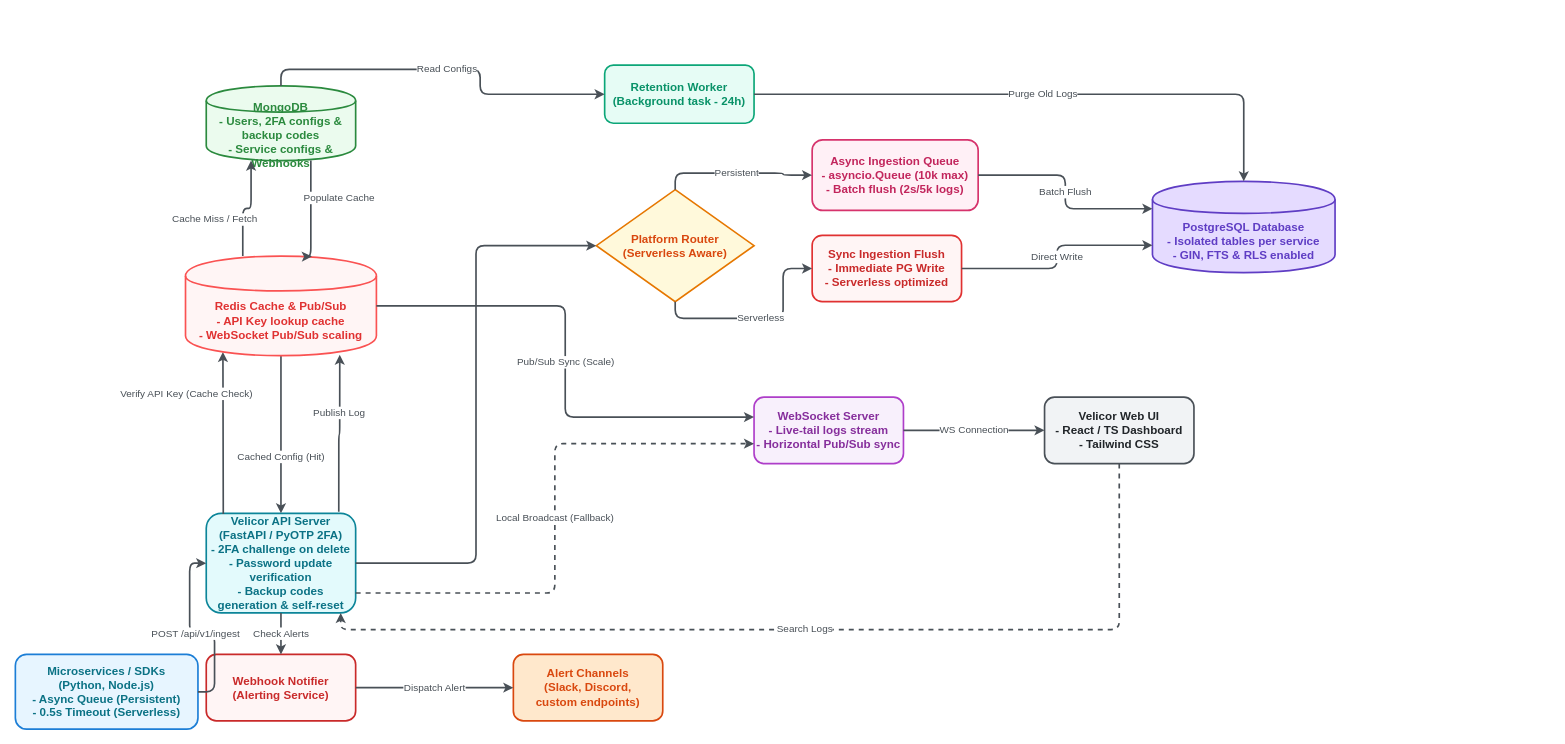
Earlier version of the draw.io diagram velicor.drawio (siddharthjain25/velicor). Source tidied: cells renumbered, new cells numbered last; positions are measured from the earlier drawing's top-left corner, leaving out a move shared by most shapes. Both pictures are drawn from the tidied source at 83%, with x=0, y=0 at pixel (15, 65).
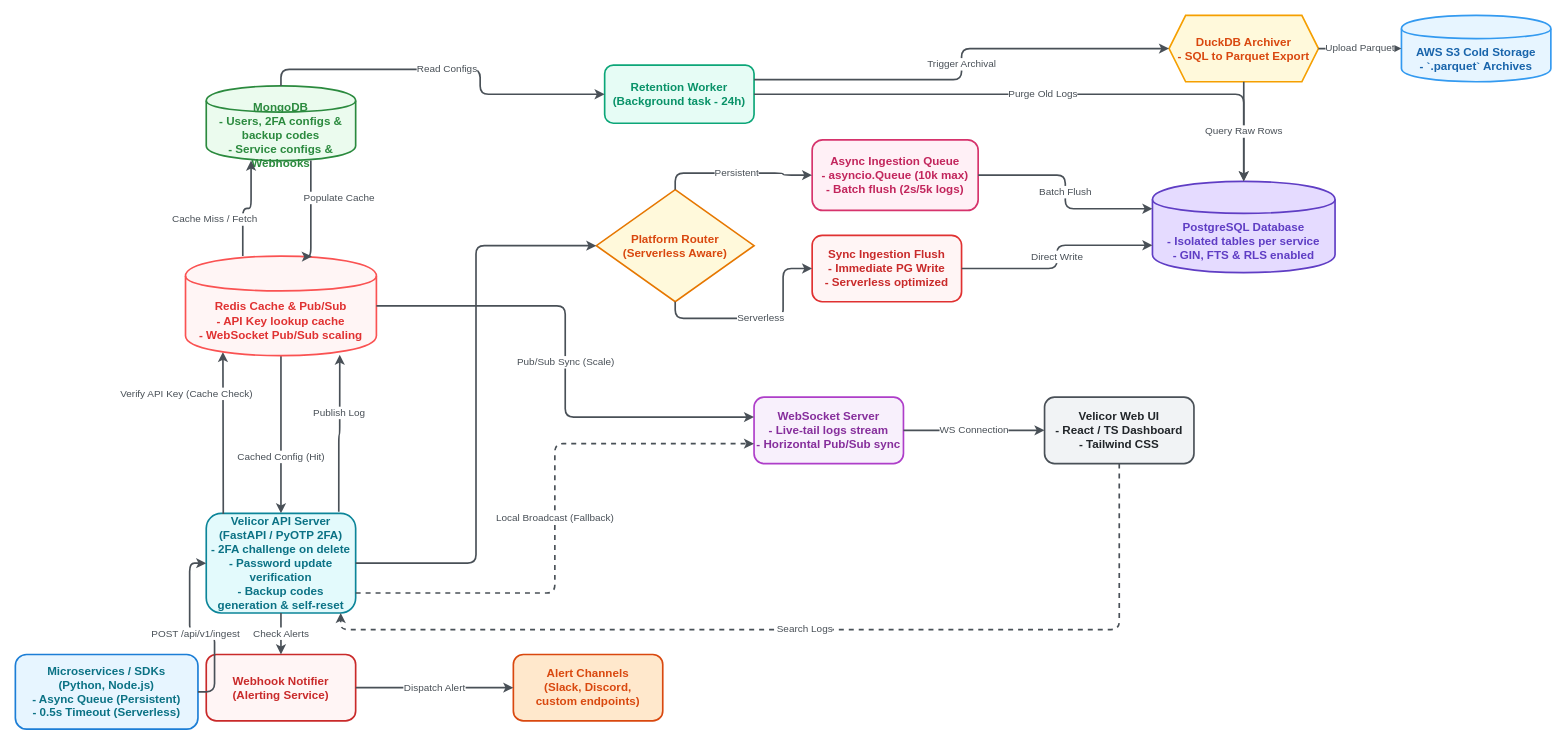
After the change.

Commit message (it also covers changes not shown here):
docs: update architecture diagrams and readme with duckdb and s3 capabilities

Unchanged cells that the change refers to:
```xml
<mxCell id="8" value="PostgreSQL Database&lt;br/&gt;- Isolated tables per service&lt;br/&gt;- GIN, FTS &amp;amp; RLS enabled" style="shape=cylinder;whiteSpace=wrap;html=1;boundedLbl=1;backgroundOutline=1;strokeWidth=2;fontSize=14;fontStyle=1;fillColor=#e5dbff;strokeColor=#5f3dc4;fontColor=#5f3dc4;" parent="1" vertex="1">
  <mxGeometry x="1370" y="140" width="220" height="110" as="geometry" />
</mxCell>
<mxCell id="27" value="Retention Worker&lt;br/&gt;(Background task - 24h)" style="rounded=1;whiteSpace=wrap;html=1;strokeWidth=2;fontSize=14;fontStyle=1;fillColor=#e6fcf5;strokeColor=#0ca678;fontColor=#099268;" parent="1" vertex="1">
  <mxGeometry x="710" width="180" height="70" as="geometry" />
</mxCell>
```

Change to the diagram source:
```diff
@@
+    <mxCell id="34" value="DuckDB Archiver&lt;br/&gt;- SQL to Parquet Export" style="shape=hexagon;perimeter=hexagonPerimeter2;whiteSpace=wrap;html=1;fixedSize=1;strokeWidth=2;fontSize=14;fontStyle=1;fillColor=#fff9db;strokeColor=#f59f00;fontColor=#d9480f;" parent="1" vertex="1">
+      <mxGeometry x="1390" y="-60" width="180" height="80" as="geometry" />
+    </mxCell>
+    <mxCell id="35" value="AWS S3 Cold Storage&lt;br/&gt;- `.parquet` Archives" style="shape=cylinder;whiteSpace=wrap;html=1;boundedLbl=1;backgroundOutline=1;strokeWidth=2;fontSize=14;fontStyle=1;fillColor=#e7f5ff;strokeColor=#339af0;fontColor=#1864ab;" parent="1" vertex="1">
+      <mxGeometry x="1670" y="-60" width="180" height="80" as="geometry" />
+    </mxCell>
+    <mxCell id="36" value="Trigger Archival" style="edgeStyle=orthogonalEdgeStyle;rounded=1;jettySize=auto;html=1;strokeWidth=2;strokeColor=#495057;fontSize=12;fontColor=#495057;exitX=1;exitY=0.25;entryX=0;entryY=0.5;" parent="1" edge="1" source="27" target="34">
+      <mxGeometry relative="1" as="geometry" />
+    </mxCell>
+    <mxCell id="37" value="Query Raw Rows" style="edgeStyle=orthogonalEdgeStyle;rounded=1;jettySize=auto;html=1;strokeWidth=2;strokeColor=#495057;fontSize=12;fontColor=#495057;exitX=0.5;exitY=1;entryX=0.5;entryY=0;" parent="1" edge="1" source="34" target="8">
+      <mxGeometry relative="1" as="geometry" />
+    </mxCell>
+    <mxCell id="38" value="Upload Parquet" style="edgeStyle=orthogonalEdgeStyle;rounded=1;jettySize=auto;html=1;strokeWidth=2;strokeColor=#495057;fontSize=12;fontColor=#495057;exitX=1;exitY=0.5;entryX=0;entryY=0.5;" parent="1" edge="1" source="34" target="35">
+      <mxGeometry relative="1" as="geometry" />
+    </mxCell>
```
